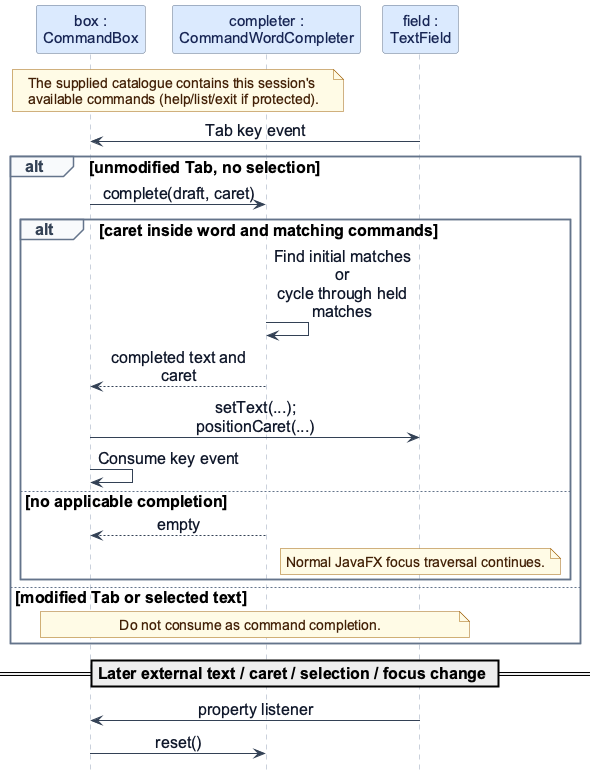
AY2627S1-CS2103T-F13-3/tp keeps this PlantUML diagram as docs/images/CommandCompletion.png. Above is the earlier version. Its diagram source:
```plantuml
@startuml
!include feature-sequence-style.iuml
participant "box :\nCommandBox" as B
participant "completer :\nCommandWordCompleter" as C
participant "field :\nTextField" as F

note over B, C
  The supplied catalogue contains this session's
  available commands (help/list/exit if protected).
end note
F -> B : Tab key event
alt unmodified Tab, no selection
  B -> C : complete(draft, caret)
  alt caret inside word and matching commands
    C -> C : Find initial matches or\ncycle through held matches
    C --> B : completed text and caret
    B -> F : setText(...); positionCaret(...)
    B -> B : Consume key event
  else no applicable completion
    C --> B : empty
    note over F : Normal JavaFX focus traversal continues.
  end
else modified Tab or selected text
  note over B, F : Do not consume as command completion.
end
== Later external text / caret / selection / focus change ==
F -> B : property listener
B -> C : reset()
@enduml
```
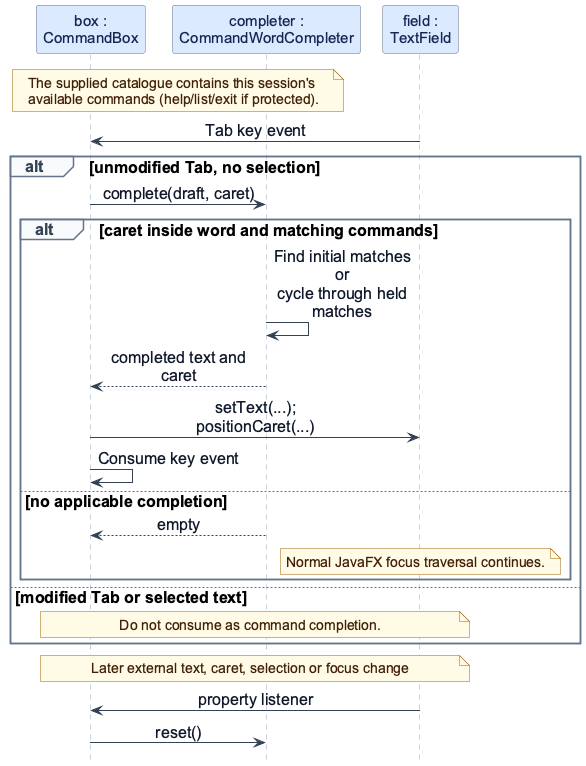
After the commit.

What changed in the source:
```diff
@@ -23,7 +23,9 @@
 else modified Tab or selected text
   note over B, F : Do not consume as command completion.
 end
-== Later external text / caret / selection / focus change ==
+note over B, F
+  Later external text, caret, selection or focus change
+end note
 F -> B : property listener
 B -> C : reset()
 @enduml
```
